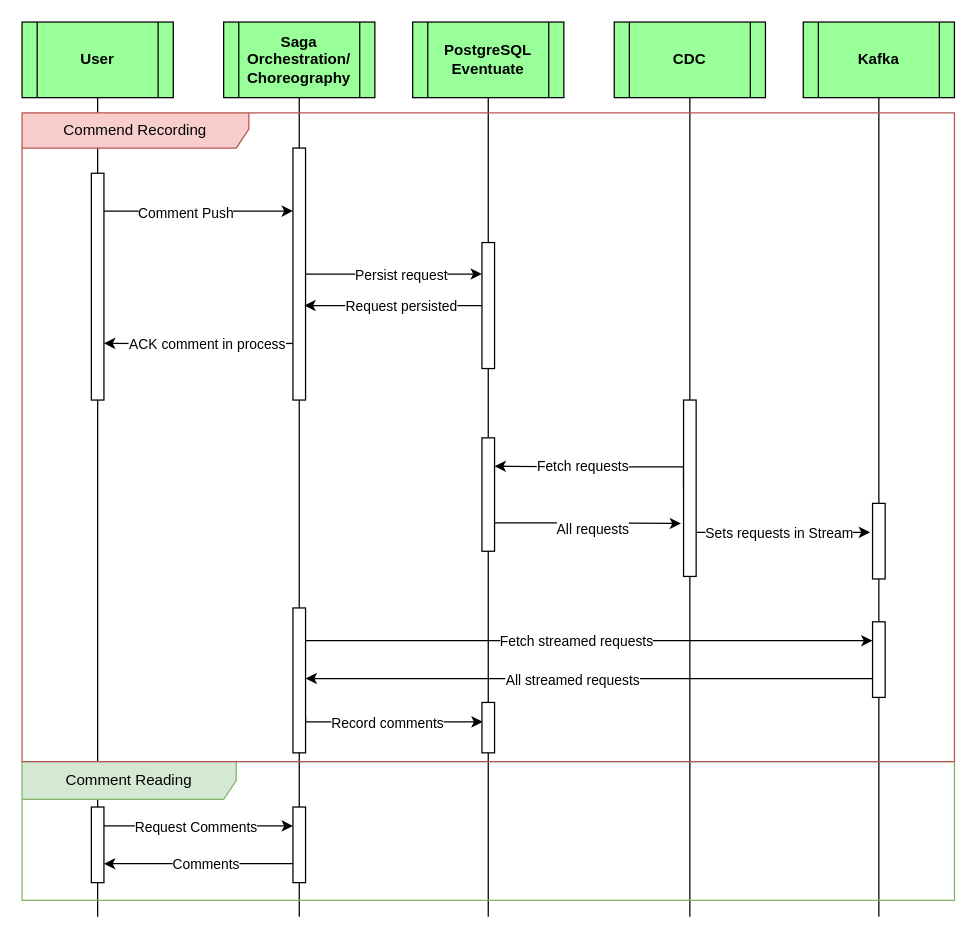
This is docs/draw.io/articles.newscast.sequence.drawio from jesperancinha/news-cast-explorer, a draw.io file, before an edit. Source tidied: cells renumbered, new cells numbered last; positions are measured from the earlier drawing's top-left corner, leaving out a move shared by most shapes. Both pictures are drawn from the tidied source at 126%, with x=0, y=0 at pixel (21, 21).
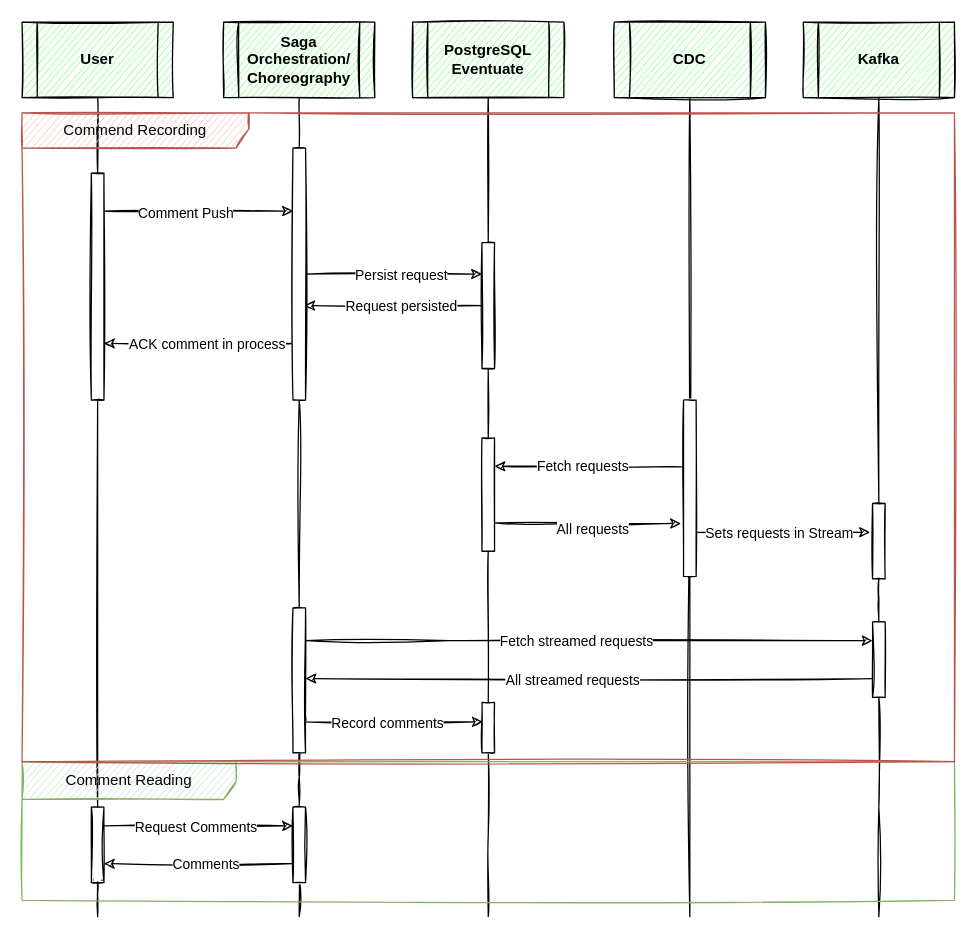
After the change.

Change to the diagram source:
```diff
@@
-    <mxCell id="2" style="edgeStyle=orthogonalEdgeStyle;rounded=0;jettySize=auto;html=1;startArrow=none;" parent="1" edge="1" source="46">
+    <mxCell id="2" style="edgeStyle=orthogonalEdgeStyle;rounded=0;jettySize=auto;html=1;startArrow=none;sketch=1;" parent="1" edge="1" source="46">
       <mxGeometry relative="1" as="geometry">
         <mxPoint x="60" y="673" as="targetPoint" />
         <Array as="points">
           <mxPoint x="60" y="710" />
           <mxPoint x="60" y="710" />
         </Array>
       </mxGeometry>
     </mxCell>
-    <mxCell id="3" value="User" style="shape=process;whiteSpace=wrap;html=1;backgroundOutline=1;fillColor=#99FF99;fontStyle=1;" parent="1" vertex="1">
+    <mxCell id="3" value="User" style="shape=process;whiteSpace=wrap;html=1;backgroundOutline=1;fillColor=#99FF99;fontStyle=1;sketch=1;" parent="1" vertex="1">
       <mxGeometry width="120" height="60" as="geometry" />
     </mxCell>
-    <mxCell id="4" style="edgeStyle=orthogonalEdgeStyle;rounded=0;jettySize=auto;html=1;startArrow=none;" parent="1" edge="1" source="54">
+    <mxCell id="4" style="edgeStyle=orthogonalEdgeStyle;rounded=0;jettySize=auto;html=1;startArrow=none;sketch=1;" parent="1" edge="1" source="54">
       <mxGeometry relative="1" as="geometry">
         <mxPoint x="220" y="530" as="targetPoint" />
       </mxGeometry>
     </mxCell>
-    <mxCell id="5" value="Saga Orchestration/ Choreography" style="shape=process;whiteSpace=wrap;html=1;backgroundOutline=1;fillColor=#99FF99;fontStyle=1;" parent="1" vertex="1">
+    <mxCell id="5" value="Saga Orchestration/ Choreography" style="shape=process;whiteSpace=wrap;html=1;backgroundOutline=1;fillColor=#99FF99;fontStyle=1;sketch=1;" parent="1" vertex="1">
       <mxGeometry x="160" width="120" height="60" as="geometry" />
     </mxCell>
-    <mxCell id="6" style="edgeStyle=orthogonalEdgeStyle;rounded=0;jettySize=auto;html=1;startArrow=none;endArrow=none;endFill=0;" parent="1" edge="1" source="56">
+    <mxCell id="6" style="edgeStyle=orthogonalEdgeStyle;rounded=0;jettySize=auto;html=1;startArrow=none;endArrow=none;endFill=0;sketch=1;" parent="1" edge="1" source="56">
       <mxGeometry relative="1" as="geometry">
         <mxPoint x="370" y="710" as="targetPoint" />
       </mxGeometry>
     </mxCell>
-    <mxCell id="7" value="PostgreSQL&lt;br&gt;Eventuate" style="shape=process;whiteSpace=wrap;html=1;backgroundOutline=1;fillColor=#99FF99;fontStyle=1;" parent="1" vertex="1">
+    <mxCell id="7" value="PostgreSQL&lt;br&gt;Eventuate" style="shape=process;whiteSpace=wrap;html=1;backgroundOutline=1;fillColor=#99FF99;fontStyle=1;sketch=1;" parent="1" vertex="1">
       <mxGeometry x="310" width="120" height="60" as="geometry" />
     </mxCell>
-    <mxCell id="8" style="edgeStyle=orthogonalEdgeStyle;rounded=0;jettySize=auto;html=1;endArrow=none;endFill=0;" parent="1" edge="1" source="9">
+    <mxCell id="8" style="edgeStyle=orthogonalEdgeStyle;rounded=0;jettySize=auto;html=1;endArrow=none;endFill=0;sketch=1;" parent="1" edge="1" source="9">
       <mxGeometry relative="1" as="geometry">
         <mxPoint x="530" y="710" as="targetPoint" />
       </mxGeometry>
     </mxCell>
-    <mxCell id="9" value="CDC&lt;br&gt;" style="shape=process;whiteSpace=wrap;html=1;backgroundOutline=1;fillColor=#99FF99;fontStyle=1;" parent="1" vertex="1">
+    <mxCell id="9" value="CDC&lt;br&gt;" style="shape=process;whiteSpace=wrap;html=1;backgroundOutline=1;fillColor=#99FF99;fontStyle=1;sketch=1;" parent="1" vertex="1">
       <mxGeometry x="470" width="120" height="60" as="geometry" />
     </mxCell>
-    <mxCell id="10" style="edgeStyle=orthogonalEdgeStyle;rounded=0;jettySize=auto;html=1;entryX=0;entryY=0.25;entryDx=0;entryDy=0;exitX=1;exitY=0.167;exitDx=0;exitDy=0;exitPerimeter=0;" parent="1" edge="1" source="12" target="18">
+    <mxCell id="10" style="edgeStyle=orthogonalEdgeStyle;rounded=0;jettySize=auto;html=1;entryX=0;entryY=0.25;entryDx=0;entryDy=0;exitX=1;exitY=0.167;exitDx=0;exitDy=0;exitPerimeter=0;sketch=1;" parent="1" edge="1" source="12" target="18">
       <mxGeometry relative="1" as="geometry" />
     </mxCell>
-    <mxCell id="11" value="Comment Push" style="edgeLabel;html=1;align=center;verticalAlign=middle;" parent="10" vertex="1">
+    <mxCell id="11" value="Comment Push" style="edgeLabel;html=1;align=center;verticalAlign=middle;sketch=1;" parent="10" vertex="1">
       <mxGeometry x="-0.13" y="-1" relative="1" as="geometry" />
     </mxCell>
-    <mxCell id="12" style="rounded=0;whiteSpace=wrap;html=1;" parent="1" vertex="1">
+    <mxCell id="12" style="rounded=0;whiteSpace=wrap;html=1;sketch=1;" parent="1" vertex="1">
       <mxGeometry x="55" y="120" width="10" height="180" as="geometry" />
     </mxCell>
-    <mxCell id="13" style="edgeStyle=orthogonalEdgeStyle;rounded=0;jettySize=auto;html=1;endArrow=none;" parent="1" edge="1" source="3" target="12">
+    <mxCell id="13" style="edgeStyle=orthogonalEdgeStyle;rounded=0;jettySize=auto;html=1;endArrow=none;sketch=1;" parent="1" edge="1" source="3" target="12">
       <mxGeometry relative="1" as="geometry" />
     </mxCell>
-    <mxCell id="14" style="edgeStyle=orthogonalEdgeStyle;rounded=0;jettySize=auto;html=1;entryX=0;entryY=0.25;entryDx=0;entryDy=0;" parent="1" edge="1" source="18" target="22">
+    <mxCell id="14" style="edgeStyle=orthogonalEdgeStyle;rounded=0;jettySize=auto;html=1;entryX=0;entryY=0.25;entryDx=0;entryDy=0;sketch=1;" parent="1" edge="1" source="18" target="22">
       <mxGeometry relative="1" as="geometry" />
     </mxCell>
-    <mxCell id="15" value="Persist request" style="edgeLabel;html=1;align=center;verticalAlign=middle;" parent="14" vertex="1">
+    <mxCell id="15" value="Persist request" style="edgeLabel;html=1;align=center;verticalAlign=middle;sketch=1;" parent="14" vertex="1">
       <mxGeometry x="-0.13" relative="1" as="geometry">
         <mxPoint x="14" as="offset" />
       </mxGeometry>
     </mxCell>
-    <mxCell id="16" style="edgeStyle=orthogonalEdgeStyle;rounded=0;jettySize=auto;html=1;entryX=1;entryY=0.75;entryDx=0;entryDy=0;" parent="1" edge="1" target="12">
+    <mxCell id="16" style="edgeStyle=orthogonalEdgeStyle;rounded=0;jettySize=auto;html=1;entryX=1;entryY=0.75;entryDx=0;entryDy=0;sketch=1;" parent="1" edge="1" target="12">
       <mxGeometry relative="1" as="geometry">
         <mxPoint x="220" y="255" as="sourcePoint" />
       </mxGeometry>
     </mxCell>
-    <mxCell id="17" value="ACK comment in process" style="edgeLabel;html=1;align=center;verticalAlign=middle;" parent="16" vertex="1">
+    <mxCell id="17" value="ACK comment in process" style="edgeLabel;html=1;align=center;verticalAlign=middle;sketch=1;" parent="16" vertex="1">
       <mxGeometry x="-0.05" relative="1" as="geometry" />
     </mxCell>
-    <mxCell id="18" style="rounded=0;whiteSpace=wrap;html=1;" parent="1" vertex="1">
+    <mxCell id="18" style="rounded=0;whiteSpace=wrap;html=1;sketch=1;" parent="1" vertex="1">
       <mxGeometry x="215" y="100" width="10" height="200" as="geometry" />
     </mxCell>
-    <mxCell id="19" style="edgeStyle=orthogonalEdgeStyle;rounded=0;jettySize=auto;html=1;endArrow=none;" parent="1" edge="1" source="5" target="18">
+    <mxCell id="19" style="edgeStyle=orthogonalEdgeStyle;rounded=0;jettySize=auto;html=1;endArrow=none;sketch=1;" parent="1" edge="1" source="5" target="18">
       <mxGeometry relative="1" as="geometry" />
     </mxCell>
-    <mxCell id="20" style="edgeStyle=orthogonalEdgeStyle;rounded=0;jettySize=auto;html=1;exitX=0;exitY=0.5;exitDx=0;exitDy=0;" parent="1" edge="1" source="22">
+    <mxCell id="20" style="edgeStyle=orthogonalEdgeStyle;rounded=0;jettySize=auto;html=1;exitX=0;exitY=0.5;exitDx=0;exitDy=0;sketch=1;" parent="1" edge="1" source="22">
       <mxGeometry relative="1" as="geometry">
         <mxPoint x="224" y="225" as="targetPoint" />
         <Array as="points">
           <mxPoint x="224" y="225" />
         </Array>
       </mxGeometry>
     </mxCell>
-    <mxCell id="21" value="Request persisted" style="edgeLabel;html=1;align=center;verticalAlign=middle;" parent="20" vertex="1">
+    <mxCell id="21" value="Request persisted" style="edgeLabel;html=1;align=center;verticalAlign=middle;sketch=1;" parent="20" vertex="1">
       <mxGeometry x="0.21" y="-2" relative="1" as="geometry">
         <mxPoint x="20" y="2" as="offset" />
       </mxGeometry>
     </mxCell>
-    <mxCell id="22" style="rounded=0;whiteSpace=wrap;html=1;" parent="1" vertex="1">
+    <mxCell id="22" style="rounded=0;whiteSpace=wrap;html=1;sketch=1;" parent="1" vertex="1">
       <mxGeometry x="365" y="175" width="10" height="100" as="geometry" />
     </mxCell>
-    <mxCell id="23" style="edgeStyle=orthogonalEdgeStyle;rounded=0;jettySize=auto;html=1;endArrow=none;" parent="1" edge="1" source="7" target="22">
+    <mxCell id="23" style="edgeStyle=orthogonalEdgeStyle;rounded=0;jettySize=auto;html=1;endArrow=none;sketch=1;" parent="1" edge="1" source="7" target="22">
       <mxGeometry relative="1" as="geometry" />
     </mxCell>
-    <mxCell id="24" style="edgeStyle=orthogonalEdgeStyle;rounded=0;jettySize=auto;html=1;exitX=0;exitY=0.5;exitDx=0;exitDy=0;entryX=1;entryY=0.25;entryDx=0;entryDy=0;" parent="1" edge="1" source="28" target="31">
+    <mxCell id="24" style="edgeStyle=orthogonalEdgeStyle;rounded=0;jettySize=auto;html=1;exitX=0;exitY=0.5;exitDx=0;exitDy=0;entryX=1;entryY=0.25;entryDx=0;entryDy=0;sketch=1;" parent="1" edge="1" source="28" target="31">
       <mxGeometry relative="1" as="geometry">
         <Array as="points">
           <mxPoint x="525" y="353" />
           <mxPoint x="450" y="353" />
         </Array>
       </mxGeometry>
     </mxCell>
-    <mxCell id="25" value="Fetch requests" style="edgeLabel;html=1;align=center;verticalAlign=middle;" parent="24" vertex="1">
+    <mxCell id="25" value="Fetch requests" style="edgeLabel;html=1;align=center;verticalAlign=middle;sketch=1;" parent="24" vertex="1">
       <mxGeometry x="0.16" y="4" relative="1" as="geometry">
         <mxPoint y="-4" as="offset" />
       </mxGeometry>
     </mxCell>
-    <mxCell id="26" style="edgeStyle=orthogonalEdgeStyle;rounded=0;jettySize=auto;html=1;exitX=1;exitY=0.75;exitDx=0;exitDy=0;entryX=-0.2;entryY=0.383;entryDx=0;entryDy=0;entryPerimeter=0;" parent="1" edge="1" source="28" target="34">
+    <mxCell id="26" style="edgeStyle=orthogonalEdgeStyle;rounded=0;jettySize=auto;html=1;exitX=1;exitY=0.75;exitDx=0;exitDy=0;entryX=-0.2;entryY=0.383;entryDx=0;entryDy=0;entryPerimeter=0;sketch=1;" parent="1" edge="1" source="28" target="34">
       <mxGeometry relative="1" as="geometry" />
     </mxCell>
-    <mxCell id="27" value="Sets requests in Stream" style="edgeLabel;html=1;align=center;verticalAlign=middle;" parent="26" vertex="1">
+    <mxCell id="27" value="Sets requests in Stream" style="edgeLabel;html=1;align=center;verticalAlign=middle;sketch=1;" parent="26" vertex="1">
       <mxGeometry x="-0.13" y="3" relative="1" as="geometry">
         <mxPoint x="6" y="4" as="offset" />
       </mxGeometry>
     </mxCell>
-    <mxCell id="28" style="rounded=0;whiteSpace=wrap;html=1;" parent="1" vertex="1">
+    <mxCell id="28" style="rounded=0;whiteSpace=wrap;html=1;sketch=1;" parent="1" vertex="1">
       <mxGeometry x="525" y="300" width="10" height="140" as="geometry" />
     </mxCell>
-    <mxCell id="29" style="edgeStyle=orthogonalEdgeStyle;rounded=0;jettySize=auto;html=1;exitX=1;exitY=0.75;exitDx=0;exitDy=0;entryX=-0.2;entryY=0.7;entryDx=0;entryDy=0;entryPerimeter=0;" parent="1" edge="1" source="31" target="28">
+    <mxCell id="29" style="edgeStyle=orthogonalEdgeStyle;rounded=0;jettySize=auto;html=1;exitX=1;exitY=0.75;exitDx=0;exitDy=0;entryX=-0.2;entryY=0.7;entryDx=0;entryDy=0;entryPerimeter=0;sketch=1;" parent="1" edge="1" source="31" target="28">
       <mxGeometry relative="1" as="geometry" />
     </mxCell>
-    <mxCell id="30" value="All requests" style="edgeLabel;html=1;align=center;verticalAlign=middle;" parent="29" vertex="1">
+    <mxCell id="30" value="All requests" style="edgeLabel;html=1;align=center;verticalAlign=middle;sketch=1;" parent="29" vertex="1">
       <mxGeometry x="0.02" y="-3" relative="1" as="geometry">
         <mxPoint x="2" y="1" as="offset" />
       </mxGeometry>
     </mxCell>
-    <mxCell id="31" style="rounded=0;whiteSpace=wrap;html=1;" parent="1" vertex="1">
+    <mxCell id="31" style="rounded=0;whiteSpace=wrap;html=1;sketch=1;" parent="1" vertex="1">
       <mxGeometry x="365" y="330" width="10" height="90" as="geometry" />
     </mxCell>
-    <mxCell id="32" style="edgeStyle=orthogonalEdgeStyle;rounded=0;jettySize=auto;html=1;startArrow=none;endArrow=none;" parent="1" edge="1" source="22" target="31">
+    <mxCell id="32" style="edgeStyle=orthogonalEdgeStyle;rounded=0;jettySize=auto;html=1;startArrow=none;endArrow=none;sketch=1;" parent="1" edge="1" source="22" target="31">
       <mxGeometry relative="1" as="geometry" />
     </mxCell>
-    <mxCell id="33" value="Kafka" style="shape=process;whiteSpace=wrap;html=1;backgroundOutline=1;fillColor=#99FF99;fontStyle=1;" parent="1" vertex="1">
+    <mxCell id="33" value="Kafka" style="shape=process;whiteSpace=wrap;html=1;backgroundOutline=1;fillColor=#99FF99;fontStyle=1;sketch=1;" parent="1" vertex="1">
       <mxGeometry x="620" width="120" height="60" as="geometry" />
     </mxCell>
-    <mxCell id="34" style="rounded=0;whiteSpace=wrap;html=1;" parent="1" vertex="1">
+    <mxCell id="34" style="rounded=0;whiteSpace=wrap;html=1;sketch=1;" parent="1" vertex="1">
       <mxGeometry x="675" y="382" width="10" height="60" as="geometry" />
     </mxCell>
-    <mxCell id="35" style="edgeStyle=orthogonalEdgeStyle;rounded=0;jettySize=auto;html=1;endArrow=none;" parent="1" edge="1" source="33" target="34">
+    <mxCell id="35" style="edgeStyle=orthogonalEdgeStyle;rounded=0;jettySize=auto;html=1;endArrow=none;sketch=1;" parent="1" edge="1" source="33" target="34">
       <mxGeometry relative="1" as="geometry" />
     </mxCell>
-    <mxCell id="36" style="edgeStyle=orthogonalEdgeStyle;rounded=0;jettySize=auto;html=1;entryX=0;entryY=0.25;entryDx=0;entryDy=0;" parent="1" edge="1" source="54" target="42">
+    <mxCell id="36" style="edgeStyle=orthogonalEdgeStyle;rounded=0;jettySize=auto;html=1;entryX=0;entryY=0.25;entryDx=0;entryDy=0;sketch=1;" parent="1" edge="1" source="54" target="42">
       <mxGeometry relative="1" as="geometry">
         <Array as="points">
           <mxPoint x="340" y="491" />
           <mxPoint x="340" y="491" />
         </Array>
       </mxGeometry>
     </mxCell>
-    <mxCell id="37" value="Fetch streamed requests" style="edgeLabel;html=1;align=center;verticalAlign=middle;" parent="36" vertex="1">
+    <mxCell id="37" value="Fetch streamed requests" style="edgeLabel;html=1;align=center;verticalAlign=middle;sketch=1;" parent="36" vertex="1">
       <mxGeometry x="-0.05" y="-2" relative="1" as="geometry">
         <mxPoint y="-2" as="offset" />
       </mxGeometry>
     </mxCell>
-    <mxCell id="38" style="edgeStyle=orthogonalEdgeStyle;rounded=0;jettySize=auto;html=1;startArrow=none;" parent="1" edge="1" source="50">
+    <mxCell id="38" style="edgeStyle=orthogonalEdgeStyle;rounded=0;jettySize=auto;html=1;startArrow=none;sketch=1;" parent="1" edge="1" source="50">
       <mxGeometry relative="1" as="geometry">
         <mxPoint x="220" y="673" as="targetPoint" />
         <Array as="points">
           <mxPoint x="220" y="710" />
           <mxPoint x="220" y="710" />
         </Array>
       </mxGeometry>
     </mxCell>
-    <mxCell id="39" style="edgeStyle=orthogonalEdgeStyle;rounded=0;jettySize=auto;html=1;exitX=0;exitY=0.75;exitDx=0;exitDy=0;" parent="1" edge="1" source="42">
+    <mxCell id="39" style="edgeStyle=orthogonalEdgeStyle;rounded=0;jettySize=auto;html=1;exitX=0;exitY=0.75;exitDx=0;exitDy=0;sketch=1;" parent="1" edge="1" source="42">
       <mxGeometry relative="1" as="geometry">
         <mxPoint x="225" y="521" as="targetPoint" />
         <Array as="points">
           <mxPoint x="225" y="521" />
         </Array>
       </mxGeometry>
     </mxCell>
-    <mxCell id="40" value="All streamed requests" style="edgeLabel;html=1;align=center;verticalAlign=middle;" parent="39" vertex="1">
+    <mxCell id="40" value="All streamed requests" style="edgeLabel;html=1;align=center;verticalAlign=middle;sketch=1;" parent="39" vertex="1">
       <mxGeometry x="0.06" y="3" relative="1" as="geometry">
         <mxPoint y="-2" as="offset" />
       </mxGeometry>
     </mxCell>
-    <mxCell id="41" style="edgeStyle=orthogonalEdgeStyle;rounded=0;jettySize=auto;html=1;endArrow=none;endFill=0;" parent="1" edge="1" source="42">
+    <mxCell id="41" style="edgeStyle=orthogonalEdgeStyle;rounded=0;jettySize=auto;html=1;endArrow=none;endFill=0;sketch=1;" parent="1" edge="1" source="42">
       <mxGeometry relative="1" as="geometry">
         <mxPoint x="680" y="710" as="targetPoint" />
       </mxGeometry>
     </mxCell>
-    <mxCell id="42" style="rounded=0;whiteSpace=wrap;html=1;" parent="1" vertex="1">
+    <mxCell id="42" style="rounded=0;whiteSpace=wrap;html=1;sketch=1;" parent="1" vertex="1">
       <mxGeometry x="675" y="476" width="10" height="60" as="geometry" />
     </mxCell>
-    <mxCell id="43" style="edgeStyle=orthogonalEdgeStyle;rounded=0;jettySize=auto;html=1;startArrow=none;endArrow=none;" parent="1" edge="1" source="34" target="42">
+    <mxCell id="43" style="edgeStyle=orthogonalEdgeStyle;rounded=0;jettySize=auto;html=1;startArrow=none;endArrow=none;sketch=1;" parent="1" edge="1" source="34" target="42">
       <mxGeometry relative="1" as="geometry" />
     </mxCell>
-    <mxCell id="44" style="edgeStyle=orthogonalEdgeStyle;rounded=0;jettySize=auto;html=1;exitX=1;exitY=0.25;exitDx=0;exitDy=0;entryX=0;entryY=0.25;entryDx=0;entryDy=0;" parent="1" edge="1" source="46" target="50">
+    <mxCell id="44" style="edgeStyle=orthogonalEdgeStyle;rounded=0;jettySize=auto;html=1;exitX=1;exitY=0.25;exitDx=0;exitDy=0;entryX=0;entryY=0.25;entryDx=0;entryDy=0;sketch=1;" parent="1" edge="1" source="46" target="50">
       <mxGeometry relative="1" as="geometry" />
     </mxCell>
-    <mxCell id="45" value="Request Comments" style="edgeLabel;html=1;align=center;verticalAlign=middle;" parent="44" vertex="1">
+    <mxCell id="45" value="Request Comments" style="edgeLabel;html=1;align=center;verticalAlign=middle;sketch=1;" parent="44" vertex="1">
       <mxGeometry x="-0.04" y="-2" relative="1" as="geometry">
         <mxPoint y="-2" as="offset" />
       </mxGeometry>
     </mxCell>
-    <mxCell id="46" style="rounded=0;whiteSpace=wrap;html=1;" parent="1" vertex="1">
+    <mxCell id="46" style="rounded=0;whiteSpace=wrap;html=1;sketch=1;" parent="1" vertex="1">
       <mxGeometry x="55" y="623" width="10" height="60" as="geometry" />
     </mxCell>
-    <mxCell id="47" style="edgeStyle=orthogonalEdgeStyle;rounded=0;jettySize=auto;html=1;startArrow=none;endArrow=none;" parent="1" edge="1" source="12" target="46">
+    <mxCell id="47" style="edgeStyle=orthogonalEdgeStyle;rounded=0;jettySize=auto;html=1;startArrow=none;endArrow=none;sketch=1;" parent="1" edge="1" source="12" target="46">
       <mxGeometry relative="1" as="geometry" />
     </mxCell>
-    <mxCell id="48" style="edgeStyle=orthogonalEdgeStyle;rounded=0;jettySize=auto;html=1;exitX=0;exitY=0.75;exitDx=0;exitDy=0;entryX=1;entryY=0.75;entryDx=0;entryDy=0;" parent="1" edge="1" source="50" target="46">
+    <mxCell id="48" style="edgeStyle=orthogonalEdgeStyle;rounded=0;jettySize=auto;html=1;exitX=0;exitY=0.75;exitDx=0;exitDy=0;entryX=1;entryY=0.75;entryDx=0;entryDy=0;sketch=1;" parent="1" edge="1" source="50" target="46">
       <mxGeometry relative="1" as="geometry" />
     </mxCell>
-    <mxCell id="49" value="Comments" style="edgeLabel;html=1;align=center;verticalAlign=middle;" parent="48" vertex="1">
+    <mxCell id="49" value="Comments" style="edgeLabel;html=1;align=center;verticalAlign=middle;sketch=1;" parent="48" vertex="1">
       <mxGeometry x="-0.07" relative="1" as="geometry" />
     </mxCell>
-    <mxCell id="50" style="rounded=0;whiteSpace=wrap;html=1;" parent="1" vertex="1">
+    <mxCell id="50" style="rounded=0;whiteSpace=wrap;html=1;sketch=1;" parent="1" vertex="1">
       <mxGeometry x="215" y="623" width="10" height="60" as="geometry" />
     </mxCell>
-    <mxCell id="51" style="edgeStyle=orthogonalEdgeStyle;rounded=0;jettySize=auto;html=1;endArrow=none;" parent="1" edge="1" target="50">
+    <mxCell id="51" style="edgeStyle=orthogonalEdgeStyle;rounded=0;jettySize=auto;html=1;endArrow=none;sketch=1;" parent="1" edge="1" target="50">
       <mxGeometry relative="1" as="geometry">
         <mxPoint x="220" y="600" as="sourcePoint" />
         <Array as="points">
           <mxPoint x="220" y="620" />
           <mxPoint x="220" y="620" />
         </Array>
       </mxGeometry>
     </mxCell>
-    <mxCell id="52" style="edgeStyle=orthogonalEdgeStyle;rounded=0;jettySize=auto;html=1;exitX=1;exitY=0.75;exitDx=0;exitDy=0;entryX=0.06;entryY=0.385;entryDx=0;entryDy=0;endArrow=classic;endFill=1;entryPerimeter=0;" parent="1" edge="1" source="54" target="56">
+    <mxCell id="52" style="edgeStyle=orthogonalEdgeStyle;rounded=0;jettySize=auto;html=1;exitX=1;exitY=0.75;exitDx=0;exitDy=0;entryX=0.06;entryY=0.385;entryDx=0;entryDy=0;endArrow=classic;endFill=1;entryPerimeter=0;sketch=1;" parent="1" edge="1" source="54" target="56">
       <mxGeometry relative="1" as="geometry">
         <Array as="points">
           <mxPoint x="225" y="555" />
         </Array>
       </mxGeometry>
     </mxCell>
-    <mxCell id="53" value="Record comments" style="edgeLabel;html=1;align=center;verticalAlign=middle;" parent="52" vertex="1">
+    <mxCell id="53" value="Record comments" style="edgeLabel;html=1;align=center;verticalAlign=middle;sketch=1;" parent="52" vertex="1">
       <mxGeometry x="-0.17" y="-3" relative="1" as="geometry">
         <mxPoint x="9" y="-2" as="offset" />
       </mxGeometry>
     </mxCell>
-    <mxCell id="54" style="rounded=0;whiteSpace=wrap;html=1;" parent="1" vertex="1">
+    <mxCell id="54" style="rounded=0;whiteSpace=wrap;html=1;sketch=1;" parent="1" vertex="1">
       <mxGeometry x="215" y="465" width="10" height="115" as="geometry" />
     </mxCell>
-    <mxCell id="55" style="edgeStyle=orthogonalEdgeStyle;rounded=0;jettySize=auto;html=1;startArrow=none;endArrow=none;" parent="1" edge="1" source="18" target="54">
+    <mxCell id="55" style="edgeStyle=orthogonalEdgeStyle;rounded=0;jettySize=auto;html=1;startArrow=none;endArrow=none;sketch=1;" parent="1" edge="1" source="18" target="54">
       <mxGeometry relative="1" as="geometry" />
     </mxCell>
-    <mxCell id="56" style="rounded=0;whiteSpace=wrap;html=1;" parent="1" vertex="1">
+    <mxCell id="56" style="rounded=0;whiteSpace=wrap;html=1;sketch=1;" parent="1" vertex="1">
       <mxGeometry x="365" y="540" width="10" height="40" as="geometry" />
     </mxCell>
-    <mxCell id="57" style="edgeStyle=orthogonalEdgeStyle;rounded=0;jettySize=auto;html=1;startArrow=none;endArrow=none;endFill=0;" parent="1" edge="1" source="31" target="56">
+    <mxCell id="57" style="edgeStyle=orthogonalEdgeStyle;rounded=0;jettySize=auto;html=1;startArrow=none;endArrow=none;endFill=0;sketch=1;" parent="1" edge="1" source="31" target="56">
       <mxGeometry relative="1" as="geometry" />
     </mxCell>
-    <mxCell id="58" value="Comment Reading" style="shape=umlFrame;whiteSpace=wrap;html=1;width=170;height=30;fillColor=#d5e8d4;strokeColor=#82b366;" parent="1" vertex="1">
+    <mxCell id="58" value="Comment Reading" style="shape=umlFrame;whiteSpace=wrap;html=1;width=170;height=30;fillColor=#d5e8d4;strokeColor=#82b366;sketch=1;" parent="1" vertex="1">
       <mxGeometry y="587" width="740" height="110" as="geometry" />
     </mxCell>
-    <mxCell id="59" value="Commend Recording" style="shape=umlFrame;whiteSpace=wrap;html=1;width=180;height=28;fillColor=#f8cecc;strokeColor=#b85450;" parent="1" vertex="1">
+    <mxCell id="59" value="Commend Recording" style="shape=umlFrame;whiteSpace=wrap;html=1;width=180;height=28;fillColor=#f8cecc;strokeColor=#b85450;sketch=1;" parent="1" vertex="1">
       <mxGeometry y="72" width="740" height="515" as="geometry" />
     </mxCell>
```
